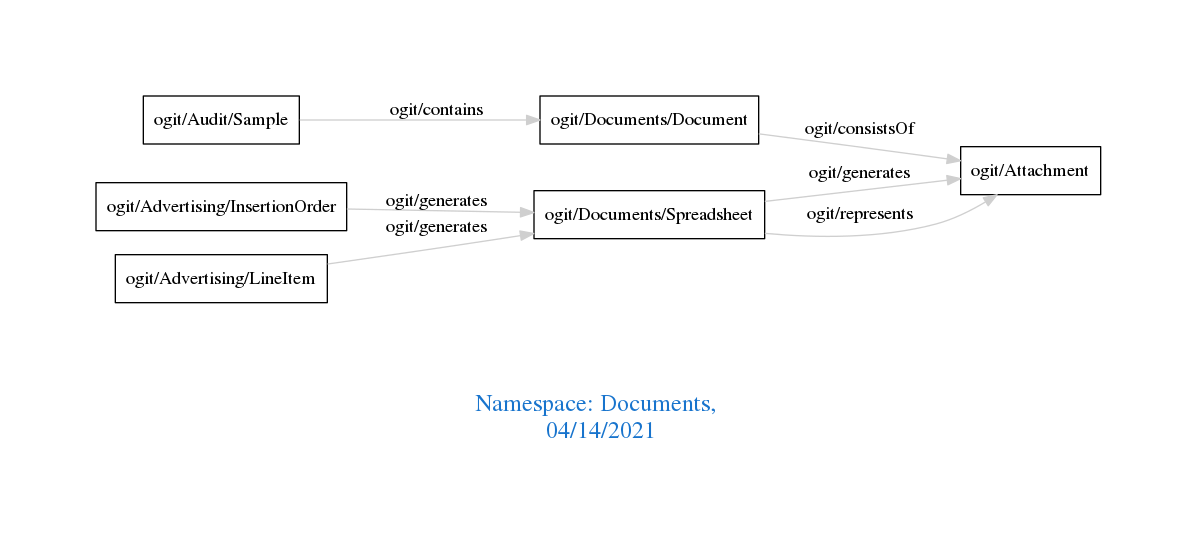
arago/OGIT keeps this Graphviz diagram as downloads/Documents.png. Above is the earlier version. Its source is kept beside it as downloads/Documents.dot.
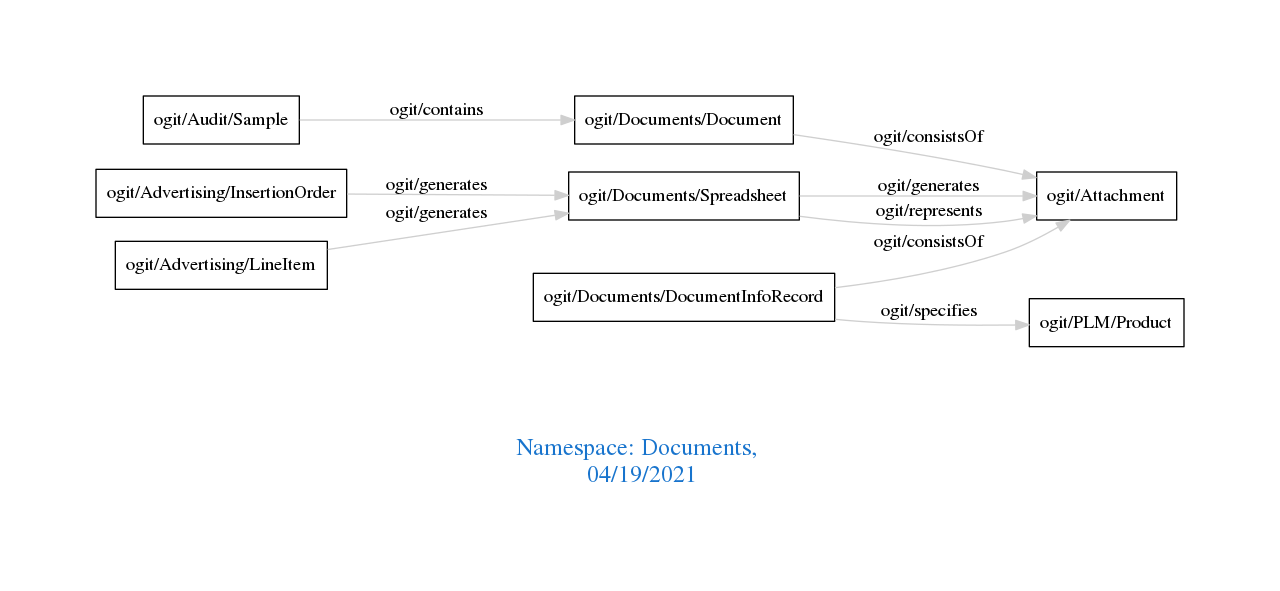
Later version of the same file.

Diff of the diagram source:
```diff
@@ -1,7 +1,7 @@
 digraph OGIT_ontology {
  graph [ rankdir= LR,pad=1
 fontsize = 18,
-fontcolor= dodgerblue3,label = "\n\n\nNamespace: Documents, \n 04/14/2021"];
+fontcolor= dodgerblue3,label = "\n\n\nNamespace: Documents, \n 04/19/2021"];
 node[shape=polygon];
 edge [  color="gray81"];
 
@@ -9,6 +9,8 @@
    "ogit/Advertising/InsertionOrder" -> "ogit/Documents/Spreadsheet" [label="   ogit/generates    "];
    "ogit/Advertising/LineItem" -> "ogit/Documents/Spreadsheet" [label="   ogit/generates    "];
    "ogit/Documents/Spreadsheet" -> "ogit/Attachment" [label="   ogit/generates    "];
+   "ogit/Documents/DocumentInfoRecord" -> "ogit/PLM/Product" [label="   ogit/specifies    "];
    "ogit/Documents/Spreadsheet" -> "ogit/Attachment" [label="   ogit/represents    "];
    "ogit/Documents/Document" -> "ogit/Attachment" [label="   ogit/consistsOf    "];
+   "ogit/Documents/DocumentInfoRecord" -> "ogit/Attachment" [label="   ogit/consistsOf    "];
 }
```
